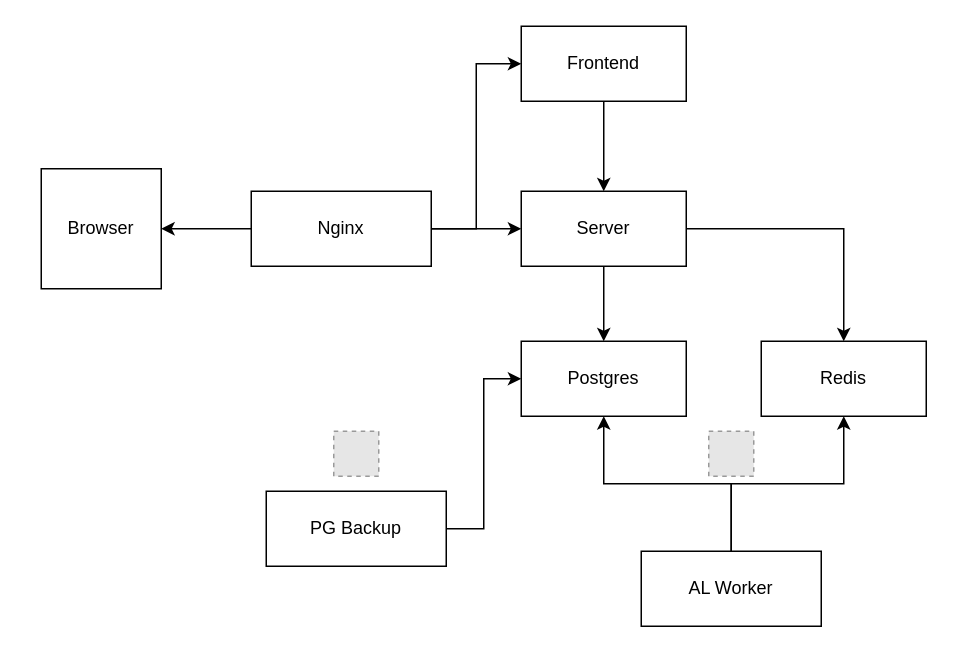
Above: services.drawio in jns-br/LabelForward (draw.io), before the change. Source tidied: cells renumbered, new cells numbered last; positions are measured from the earlier drawing's top-left corner, leaving out a move shared by most shapes. Both pictures are drawn from the tidied source at 150%, with x=0, y=0 at pixel (40, 26). Pictures stored in the file or linked from it are replaced by grey dashed boxes.
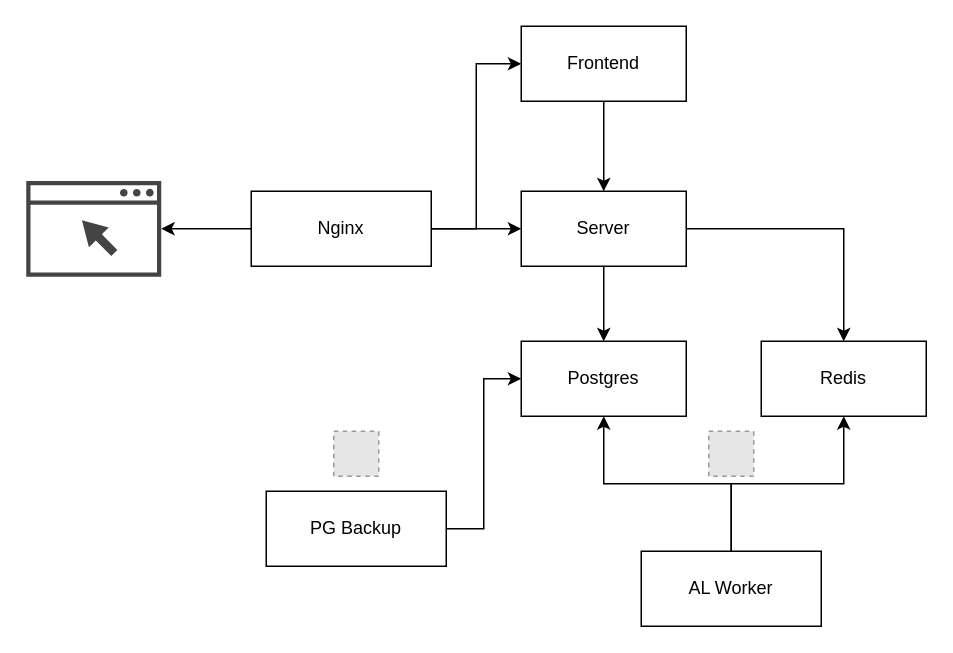
Above is the later version.

Unchanged cells that the change refers to:
```xml
<mxCell id="5" value="Nginx" style="rounded=0;whiteSpace=wrap;html=1;" parent="1" vertex="1">
  <mxGeometry x="140" y="110" width="120" height="50" as="geometry" />
</mxCell>
```

Change to the diagram source:
```diff
@@
-    <mxCell id="3" style="edgeStyle=orthogonalEdgeStyle;rounded=0;jettySize=auto;html=1;exitX=0;exitY=0.5;exitDx=0;exitDy=0;entryX=1;entryY=0.5;entryDx=0;entryDy=0;" parent="1" edge="1" source="5" target="13">
-      <mxGeometry relative="1" as="geometry" />
+    <mxCell id="3" style="edgeStyle=orthogonalEdgeStyle;rounded=0;jettySize=auto;html=1;exitX=0;exitY=0.5;exitDx=0;exitDy=0;entryX=1;entryY=0.5;entryDx=0;entryDy=0;" parent="1" edge="1" source="5">
+      <mxGeometry relative="1" as="geometry">
+        <mxPoint x="80" y="135" as="targetPoint" />
+      </mxGeometry>
     </mxCell>
@@
-    <mxCell id="13" value="Browser" style="whiteSpace=wrap;html=1;" parent="1" vertex="1">
-      <mxGeometry y="95" width="80" height="80" as="geometry" />
-    </mxCell>
@@
+    <mxCell id="21" style="shadow=0;dashed=0;html=1;strokeColor=none;fillColor=#434445;labelPosition=center;verticalLabelPosition=bottom;verticalAlign=top;align=center;shape=mxgraph.vvd.web_browser;" parent="1" vertex="1">
+      <mxGeometry x="-10" y="103.1" width="90" height="63.9" as="geometry" />
+    </mxCell>
```
